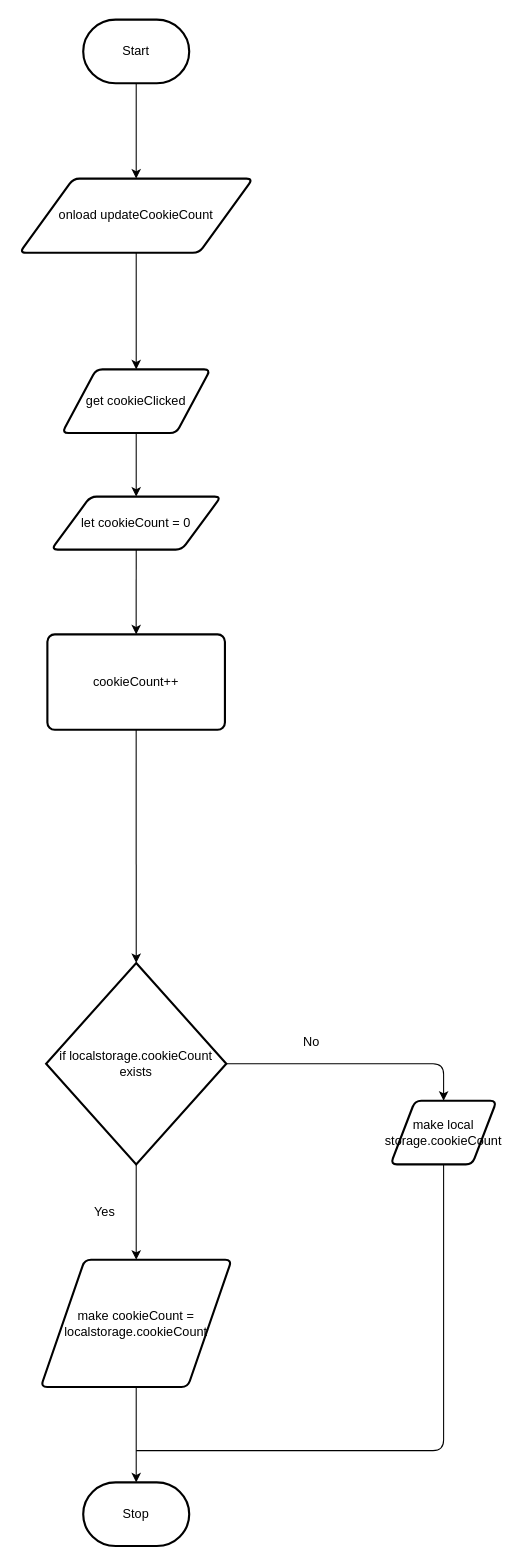
Before: design/flowchart.drawio in MTHS-ICD2O-1-2023/ICD2O-Unit-6-02-kai-nguyen-4, a draw.io diagram. Source tidied: cells renumbered, new cells numbered last; positions are measured from the earlier drawing's top-left corner, leaving out a move shared by most shapes. Both pictures are drawn from the tidied source at 106%, with x=0, y=0 at pixel (19, 19).
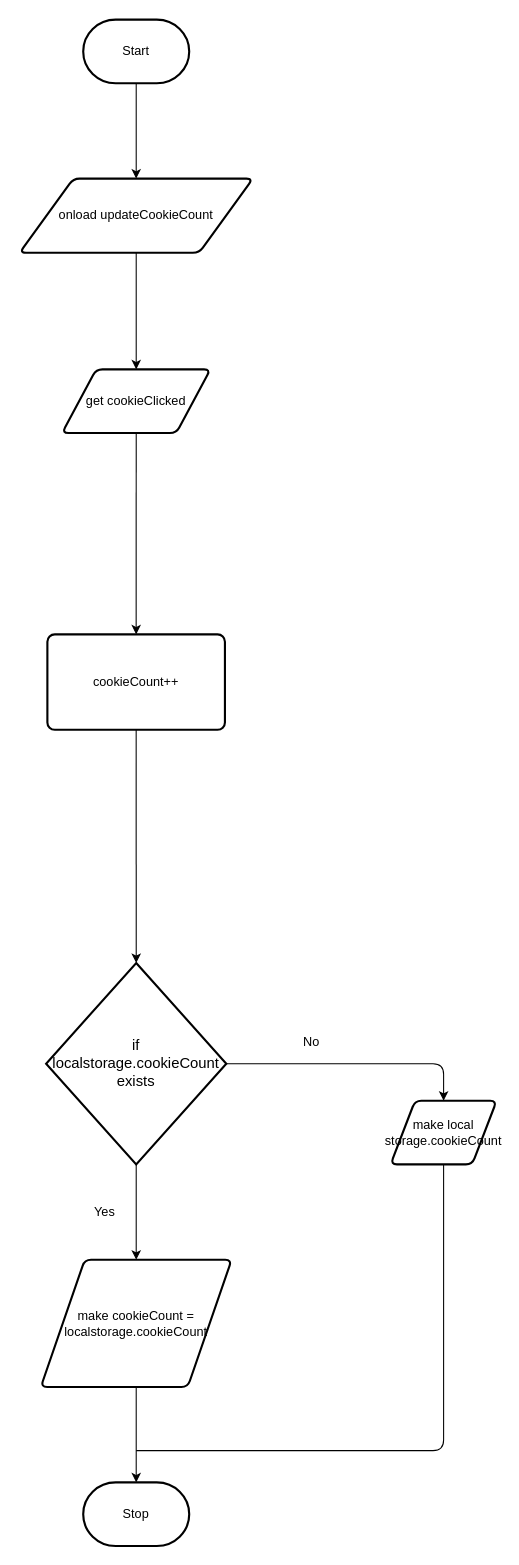
The same diagram, later.

The change refers to these unchanged cells:
```xml
<mxCell id="6" value="get cookieClicked" style="shape=parallelogram;html=1;strokeWidth=2;perimeter=parallelogramPerimeter;whiteSpace=wrap;rounded=1;arcSize=12;size=0.23;" parent="1" vertex="1">
  <mxGeometry x="40" y="330" width="140" height="60" as="geometry" />
</mxCell>
<mxCell id="12" value="cookieCount++" style="rounded=1;whiteSpace=wrap;html=1;absoluteArcSize=1;arcSize=14;strokeWidth=2;" parent="1" vertex="1">
  <mxGeometry x="26.2" y="580" width="167.5" height="90" as="geometry" />
</mxCell>
```

Change to the diagram source:
```diff
@@
-    <mxCell id="5" style="edgeStyle=none;html=1;entryX=0.5;entryY=0;entryDx=0;entryDy=0;" parent="1" edge="1" source="6" target="10">
-      <mxGeometry relative="1" as="geometry" />
-    </mxCell>
+    <mxCell id="22" style="edgeStyle=none;html=1;" parent="1" edge="1" source="6" target="12">
+      <mxGeometry relative="1" as="geometry" />
+    </mxCell>
@@
-    <mxCell id="9" style="edgeStyle=none;html=1;" parent="1" edge="1" source="10" target="12">
-      <mxGeometry relative="1" as="geometry" />
-    </mxCell>
-    <mxCell id="10" value="let cookieCount = 0" style="shape=parallelogram;html=1;strokeWidth=2;perimeter=parallelogramPerimeter;whiteSpace=wrap;rounded=1;arcSize=12;size=0.23;" parent="1" vertex="1">
-      <mxGeometry x="30" y="450" width="160" height="50" as="geometry" />
-    </mxCell>
@@
-    <mxCell id="15" value="if localstorage.cookieCount exists" style="strokeWidth=2;html=1;shape=mxgraph.flowchart.decision;whiteSpace=wrap;" parent="1" vertex="1">
+    <mxCell id="15" value="&lt;font style=&quot;font-size: 14px;&quot;&gt;if &lt;br&gt;localstorage.cookieCount exists&lt;/font&gt;" style="strokeWidth=2;html=1;shape=mxgraph.flowchart.decision;whiteSpace=wrap;" parent="1" vertex="1">
       <mxGeometry x="25" y="890" width="170" height="190" as="geometry" />
     </mxCell>
```
